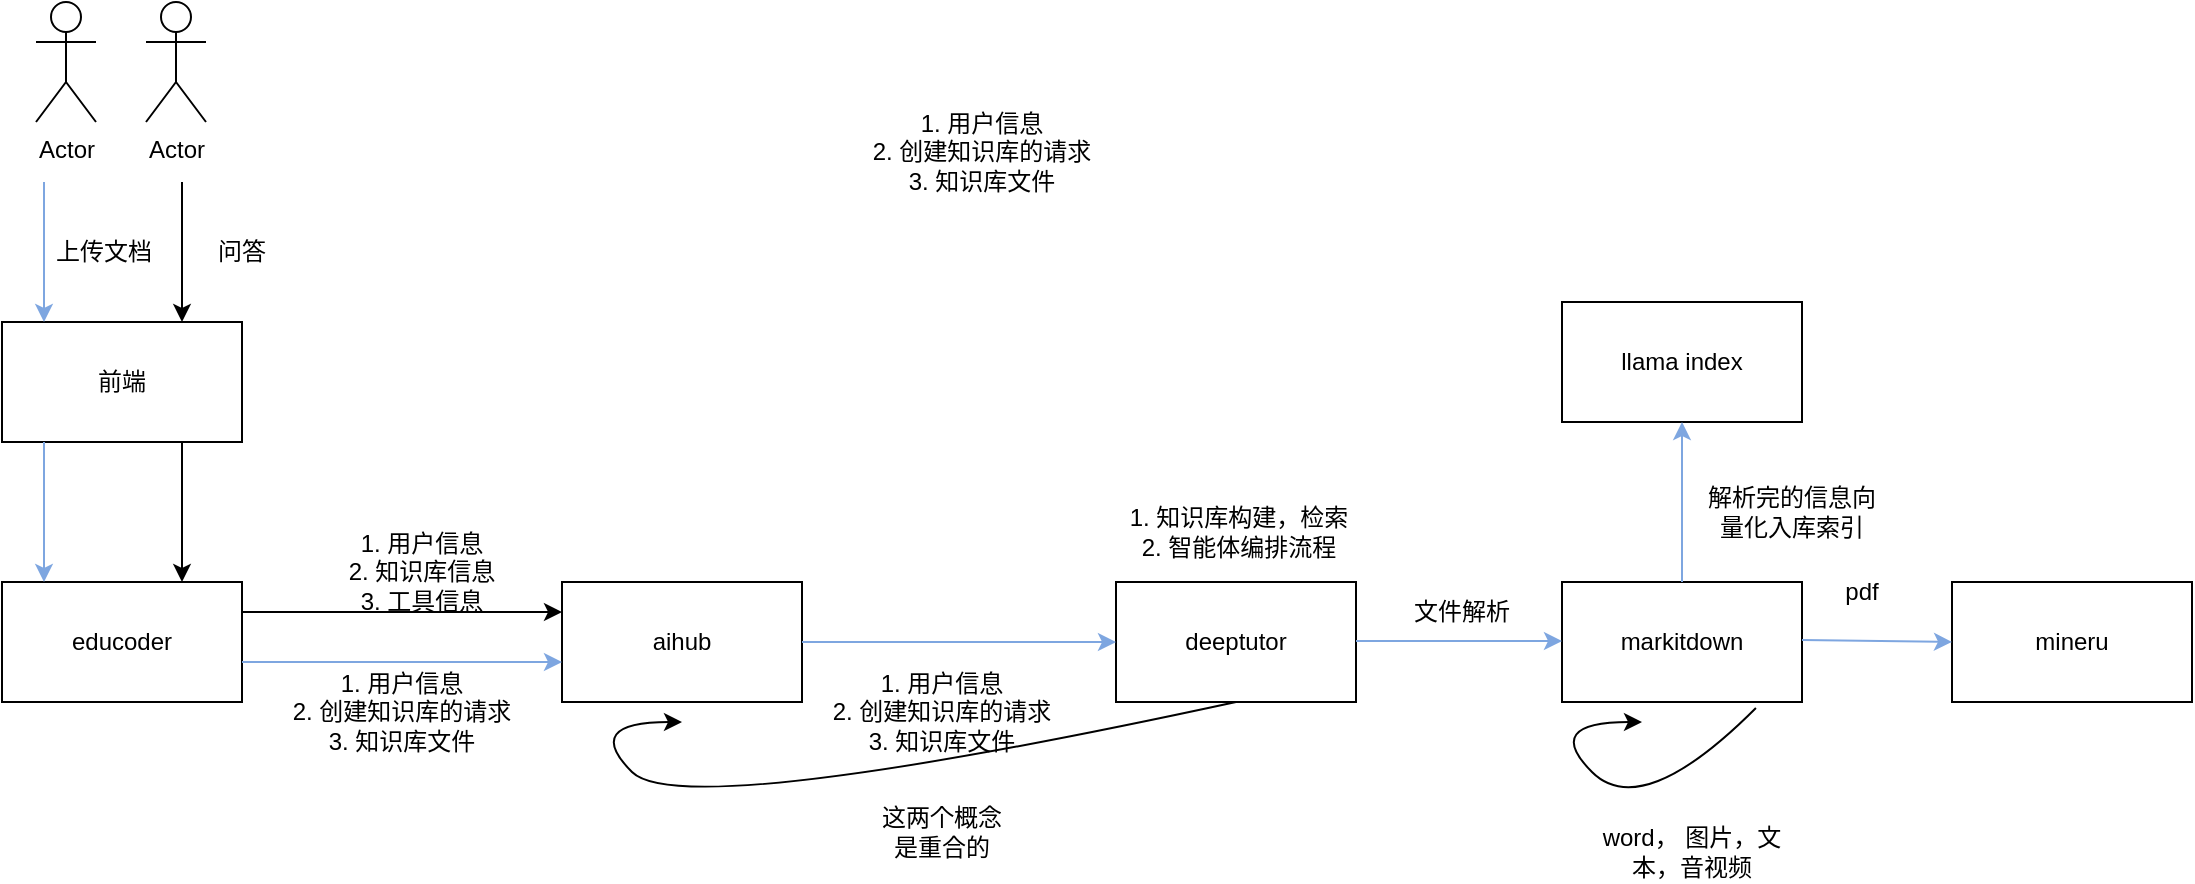
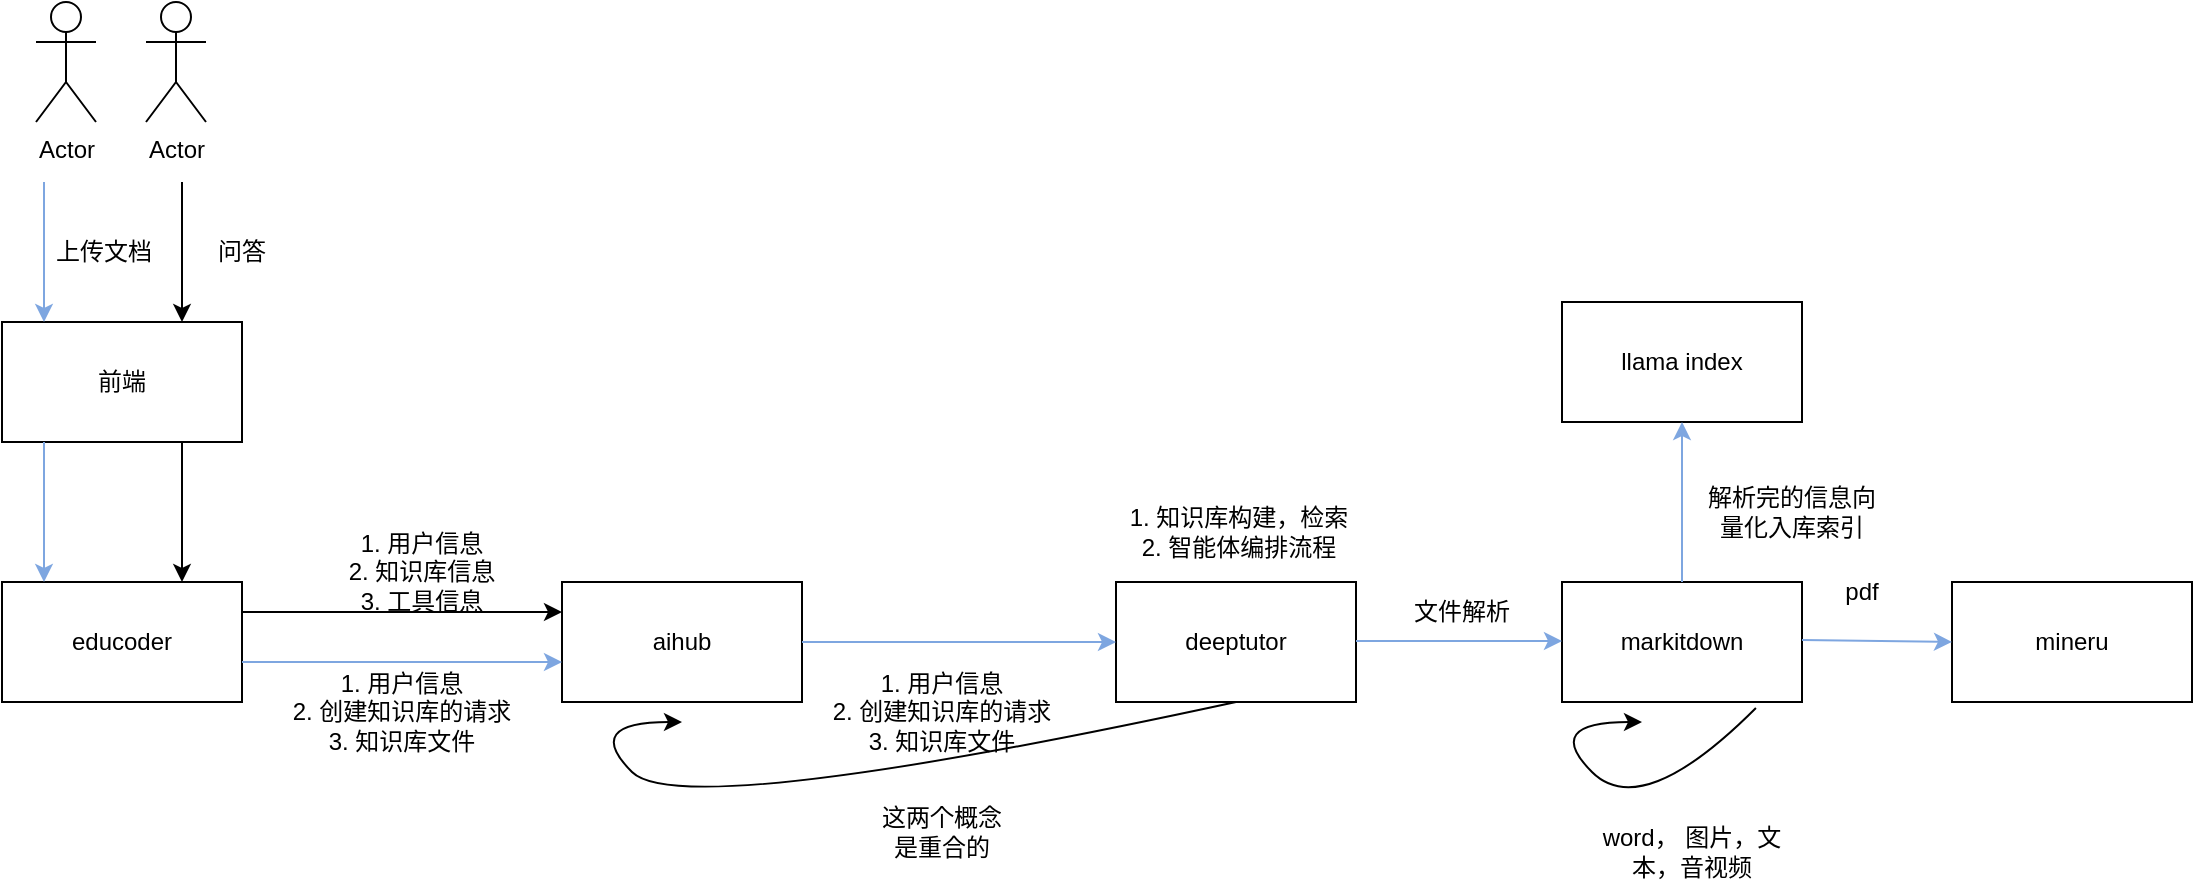
<mxfile host="app.diagrams.net">
  <diagram name="第 1 页" id="DrMcYtrXOvXWZPg6jI0c">
    <mxGraphModel dx="1352" dy="761" grid="1" gridSize="10" guides="1" tooltips="1" connect="1" arrows="1" fold="1" page="1" pageScale="1" pageWidth="1654" pageHeight="2336" math="0" shadow="0">
      <root>
        <mxCell id="0" />
        <mxCell id="1" parent="0" />
        <mxCell id="AipDd_lqgMobL2JespXm-1" parent="1" style="rounded=0;whiteSpace=wrap;html=1;" value="educoder" vertex="1">
          <mxGeometry height="60" width="120" x="240" y="500" as="geometry" />
        </mxCell>
        <mxCell id="AipDd_lqgMobL2JespXm-3" parent="1" style="rounded=0;whiteSpace=wrap;html=1;" value="aihub" vertex="1">
          <mxGeometry height="60" width="120" x="520" y="500" as="geometry" />
        </mxCell>
        <mxCell id="AipDd_lqgMobL2JespXm-4" parent="1" style="rounded=0;whiteSpace=wrap;html=1;" value="deeptutor" vertex="1">
          <mxGeometry height="60" width="120" x="797" y="500" as="geometry" />
        </mxCell>
        <mxCell id="AipDd_lqgMobL2JespXm-5" parent="1" style="rounded=0;whiteSpace=wrap;html=1;" value="mineru" vertex="1">
          <mxGeometry height="60" width="120" x="1215" y="500" as="geometry" />
        </mxCell>
        <mxCell id="AipDd_lqgMobL2JespXm-6" parent="1" style="rounded=0;whiteSpace=wrap;html=1;" value="markitdown" vertex="1">
          <mxGeometry height="60" width="120" x="1020" y="500" as="geometry" />
        </mxCell>
        <mxCell id="AipDd_lqgMobL2JespXm-9" parent="1" style="shape=umlActor;verticalLabelPosition=bottom;verticalAlign=top;html=1;outlineConnect=0;" value="Actor" vertex="1">
          <mxGeometry height="60" width="30" x="257" y="210" as="geometry" />
        </mxCell>
        <mxCell id="AipDd_lqgMobL2JespXm-10" parent="1" style="rounded=0;whiteSpace=wrap;html=1;" value="前端" vertex="1">
          <mxGeometry height="60" width="120" x="240" y="370" as="geometry" />
        </mxCell>
        <mxCell id="AipDd_lqgMobL2JespXm-11" edge="1" parent="1" style="endArrow=classic;html=1;rounded=0;entryX=0.5;entryY=0;entryDx=0;entryDy=0;strokeColor=#7EA6E0;" value="">
          <mxGeometry height="50" relative="1" width="50" as="geometry">
            <mxPoint x="261" y="300" as="sourcePoint" />
            <mxPoint x="261" y="370" as="targetPoint" />
          </mxGeometry>
        </mxCell>
        <mxCell id="AipDd_lqgMobL2JespXm-12" parent="1" style="text;html=1;whiteSpace=wrap;strokeColor=none;fillColor=none;align=center;verticalAlign=middle;rounded=0;" value="上传文档" vertex="1">
          <mxGeometry height="30" width="60" x="261" y="320" as="geometry" />
        </mxCell>
        <mxCell id="AipDd_lqgMobL2JespXm-13" parent="1" style="rounded=0;whiteSpace=wrap;html=1;" value="llama index" vertex="1">
          <mxGeometry height="60" width="120" x="1020" y="360" as="geometry" />
        </mxCell>
        <mxCell id="AipDd_lqgMobL2JespXm-14" edge="1" parent="1" style="endArrow=classic;html=1;rounded=0;exitX=0.5;exitY=1;exitDx=0;exitDy=0;entryX=0.5;entryY=0;entryDx=0;entryDy=0;strokeColor=#7EA6E0;" value="">
          <mxGeometry height="50" relative="1" width="50" as="geometry">
            <mxPoint x="261" y="430" as="sourcePoint" />
            <mxPoint x="261" y="500" as="targetPoint" />
          </mxGeometry>
        </mxCell>
        <mxCell id="AipDd_lqgMobL2JespXm-15" edge="1" parent="1" style="endArrow=classic;html=1;rounded=0;entryX=0;entryY=0.5;entryDx=0;entryDy=0;strokeColor=#7EA6E0;" value="">
          <mxGeometry height="50" relative="1" width="50" as="geometry">
            <mxPoint x="360" y="540" as="sourcePoint" />
            <mxPoint x="520" y="540" as="targetPoint" />
          </mxGeometry>
        </mxCell>
        <mxCell id="AipDd_lqgMobL2JespXm-16" parent="1" style="text;html=1;whiteSpace=wrap;strokeColor=none;fillColor=none;align=center;verticalAlign=middle;rounded=0;" value="1. 用户信息&lt;div&gt;2. 创建知识库的请求&lt;/div&gt;&lt;div&gt;3. 知识库文件&lt;/div&gt;" vertex="1">
          <mxGeometry height="30" width="120" x="380" y="550" as="geometry" />
        </mxCell>
        <mxCell id="AipDd_lqgMobL2JespXm-18" edge="1" parent="1" style="endArrow=classic;html=1;rounded=0;entryX=0;entryY=0.5;entryDx=0;entryDy=0;strokeColor=#7EA6E0;" target="AipDd_lqgMobL2JespXm-4" value="">
          <mxGeometry height="50" relative="1" width="50" as="geometry">
            <mxPoint x="640" y="530" as="sourcePoint" />
            <mxPoint x="690" y="480" as="targetPoint" />
          </mxGeometry>
        </mxCell>
        <mxCell id="AipDd_lqgMobL2JespXm-19" parent="1" style="text;html=1;whiteSpace=wrap;strokeColor=none;fillColor=none;align=center;verticalAlign=middle;rounded=0;" value="1. 用户信息&lt;div&gt;2. 创建知识库的请求&lt;/div&gt;&lt;div&gt;3. 知识库文件&lt;/div&gt;" vertex="1">
          <mxGeometry height="30" width="120" x="650" y="550" as="geometry" />
        </mxCell>
        <mxCell id="AipDd_lqgMobL2JespXm-20" edge="1" parent="1" style="endArrow=classic;html=1;rounded=0;strokeColor=#7EA6E0;" value="">
          <mxGeometry height="50" relative="1" width="50" as="geometry">
            <mxPoint x="917" y="529.5" as="sourcePoint" />
            <mxPoint x="1020" y="529.5" as="targetPoint" />
          </mxGeometry>
        </mxCell>
        <mxCell id="AipDd_lqgMobL2JespXm-21" parent="1" style="text;html=1;whiteSpace=wrap;strokeColor=none;fillColor=none;align=center;verticalAlign=middle;rounded=0;" value="文件解析" vertex="1">
          <mxGeometry height="30" width="60" x="940" y="500" as="geometry" />
        </mxCell>
        <mxCell id="AipDd_lqgMobL2JespXm-22" edge="1" parent="1" style="endArrow=classic;html=1;rounded=0;entryX=0;entryY=0.5;entryDx=0;entryDy=0;strokeColor=#7EA6E0;" target="AipDd_lqgMobL2JespXm-5" value="">
          <mxGeometry height="50" relative="1" width="50" as="geometry">
            <mxPoint x="1140" y="529" as="sourcePoint" />
            <mxPoint x="1243" y="529" as="targetPoint" />
          </mxGeometry>
        </mxCell>
        <mxCell id="AipDd_lqgMobL2JespXm-23" parent="1" style="text;html=1;whiteSpace=wrap;strokeColor=none;fillColor=none;align=center;verticalAlign=middle;rounded=0;" value="pdf" vertex="1">
          <mxGeometry height="30" width="60" x="1140" y="490" as="geometry" />
        </mxCell>
        <mxCell id="AipDd_lqgMobL2JespXm-24" edge="1" parent="1" source="AipDd_lqgMobL2JespXm-6" style="curved=1;endArrow=classic;html=1;rounded=0;exitX=0.808;exitY=1.05;exitDx=0;exitDy=0;exitPerimeter=0;" value="">
          <mxGeometry height="50" relative="1" width="50" as="geometry">
            <Array as="points">
              <mxPoint x="1060" y="620" />
              <mxPoint x="1010" y="570" />
            </Array>
            <mxPoint x="1080" y="600" as="sourcePoint" />
            <mxPoint x="1060" y="570" as="targetPoint" />
          </mxGeometry>
        </mxCell>
        <mxCell id="AipDd_lqgMobL2JespXm-25" parent="1" style="text;html=1;whiteSpace=wrap;strokeColor=none;fillColor=none;align=center;verticalAlign=middle;rounded=0;" value="word， 图片，文本，音视频" vertex="1">
          <mxGeometry height="30" width="110" x="1030" y="620" as="geometry" />
        </mxCell>
        <mxCell id="AipDd_lqgMobL2JespXm-26" edge="1" parent="1" source="AipDd_lqgMobL2JespXm-6" style="endArrow=classic;html=1;rounded=0;exitX=0.5;exitY=0;exitDx=0;exitDy=0;strokeColor=#7EA6E0;" value="">
          <mxGeometry height="50" relative="1" width="50" as="geometry">
            <mxPoint x="1080" y="490" as="sourcePoint" />
            <mxPoint x="1080" y="420" as="targetPoint" />
          </mxGeometry>
        </mxCell>
        <mxCell id="AipDd_lqgMobL2JespXm-27" parent="1" style="text;html=1;whiteSpace=wrap;strokeColor=none;fillColor=none;align=center;verticalAlign=middle;rounded=0;" value="解析完的信息向量化入库索引" vertex="1">
          <mxGeometry height="30" width="90" x="1090" y="450" as="geometry" />
        </mxCell>
        <mxCell id="AipDd_lqgMobL2JespXm-28" parent="1" style="text;html=1;whiteSpace=wrap;strokeColor=none;fillColor=none;align=center;verticalAlign=middle;rounded=0;" value="1. 知识库构建，检索&lt;div&gt;2. 智能体编排流程&lt;/div&gt;" vertex="1">
          <mxGeometry height="30" width="123" x="797" y="460" as="geometry" />
        </mxCell>
        <mxCell id="AipDd_lqgMobL2JespXm-30" edge="1" parent="1" source="AipDd_lqgMobL2JespXm-4" style="curved=1;endArrow=classic;html=1;rounded=0;exitX=0.5;exitY=1;exitDx=0;exitDy=0;" value="">
          <mxGeometry height="50" relative="1" width="50" as="geometry">
            <Array as="points">
              <mxPoint x="580" y="620" />
              <mxPoint x="530" y="570" />
            </Array>
            <mxPoint x="530" y="620" as="sourcePoint" />
            <mxPoint x="580" y="570" as="targetPoint" />
          </mxGeometry>
        </mxCell>
        <mxCell id="AipDd_lqgMobL2JespXm-31" parent="1" style="text;html=1;whiteSpace=wrap;strokeColor=none;fillColor=none;align=center;verticalAlign=middle;rounded=0;" value="这两个概念&lt;div&gt;是重合的&lt;/div&gt;" vertex="1">
          <mxGeometry height="30" width="100" x="660" y="610" as="geometry" />
        </mxCell>
        <mxCell id="AipDd_lqgMobL2JespXm-32" parent="1" style="shape=umlActor;verticalLabelPosition=bottom;verticalAlign=top;html=1;outlineConnect=0;" value="Actor" vertex="1">
          <mxGeometry height="60" width="30" x="312" y="210" as="geometry" />
        </mxCell>
        <mxCell id="AipDd_lqgMobL2JespXm-33" edge="1" parent="1" style="endArrow=classic;html=1;rounded=0;entryX=0.75;entryY=0;entryDx=0;entryDy=0;" target="AipDd_lqgMobL2JespXm-10" value="">
          <mxGeometry height="50" relative="1" width="50" as="geometry">
            <mxPoint x="330" y="300" as="sourcePoint" />
            <mxPoint x="380" y="250" as="targetPoint" />
          </mxGeometry>
        </mxCell>
        <mxCell id="AipDd_lqgMobL2JespXm-34" parent="1" style="text;html=1;whiteSpace=wrap;strokeColor=none;fillColor=none;align=center;verticalAlign=middle;rounded=0;" value="问答" vertex="1">
          <mxGeometry height="30" width="60" x="330" y="320" as="geometry" />
        </mxCell>
        <mxCell id="AipDd_lqgMobL2JespXm-35" edge="1" parent="1" style="endArrow=classic;html=1;rounded=0;entryX=0.75;entryY=0;entryDx=0;entryDy=0;" target="AipDd_lqgMobL2JespXm-1" value="">
          <mxGeometry height="50" relative="1" width="50" as="geometry">
            <mxPoint x="330" y="430" as="sourcePoint" />
            <mxPoint x="380" y="380" as="targetPoint" />
          </mxGeometry>
        </mxCell>
        <mxCell id="AipDd_lqgMobL2JespXm-36" edge="1" parent="1" source="AipDd_lqgMobL2JespXm-1" style="endArrow=classic;html=1;rounded=0;entryX=0;entryY=0.25;entryDx=0;entryDy=0;exitX=1;exitY=0.25;exitDx=0;exitDy=0;" target="AipDd_lqgMobL2JespXm-3" value="">
          <mxGeometry height="50" relative="1" width="50" as="geometry">
            <mxPoint x="360" y="520" as="sourcePoint" />
            <mxPoint x="410" y="470" as="targetPoint" />
          </mxGeometry>
        </mxCell>
        <mxCell id="AipDd_lqgMobL2JespXm-37" parent="1" style="text;html=1;whiteSpace=wrap;strokeColor=none;fillColor=none;align=center;verticalAlign=middle;rounded=0;" value="1. 用户信息&lt;div&gt;2. 知识库信息&lt;/div&gt;&lt;div&gt;3. 工具信息&lt;/div&gt;" vertex="1">
          <mxGeometry height="30" width="100" x="400" y="480" as="geometry" />
        </mxCell>
-         <mxCell id="_MMwGBqFJR7APa1MgRVe-1" parent="1" style="text;html=1;whiteSpace=wrap;strokeColor=none;fillColor=none;align=center;verticalAlign=middle;rounded=0;" value="1. 用户信息&lt;div&gt;2. 创建知识库的请求&lt;/div&gt;&lt;div&gt;3. 知识库文件&lt;/div&gt;" vertex="1">
-           <mxGeometry height="30" width="120" x="670" y="270" as="geometry" />
-         </mxCell>
      </root>
    </mxGraphModel>
  </diagram>
</mxfile>
